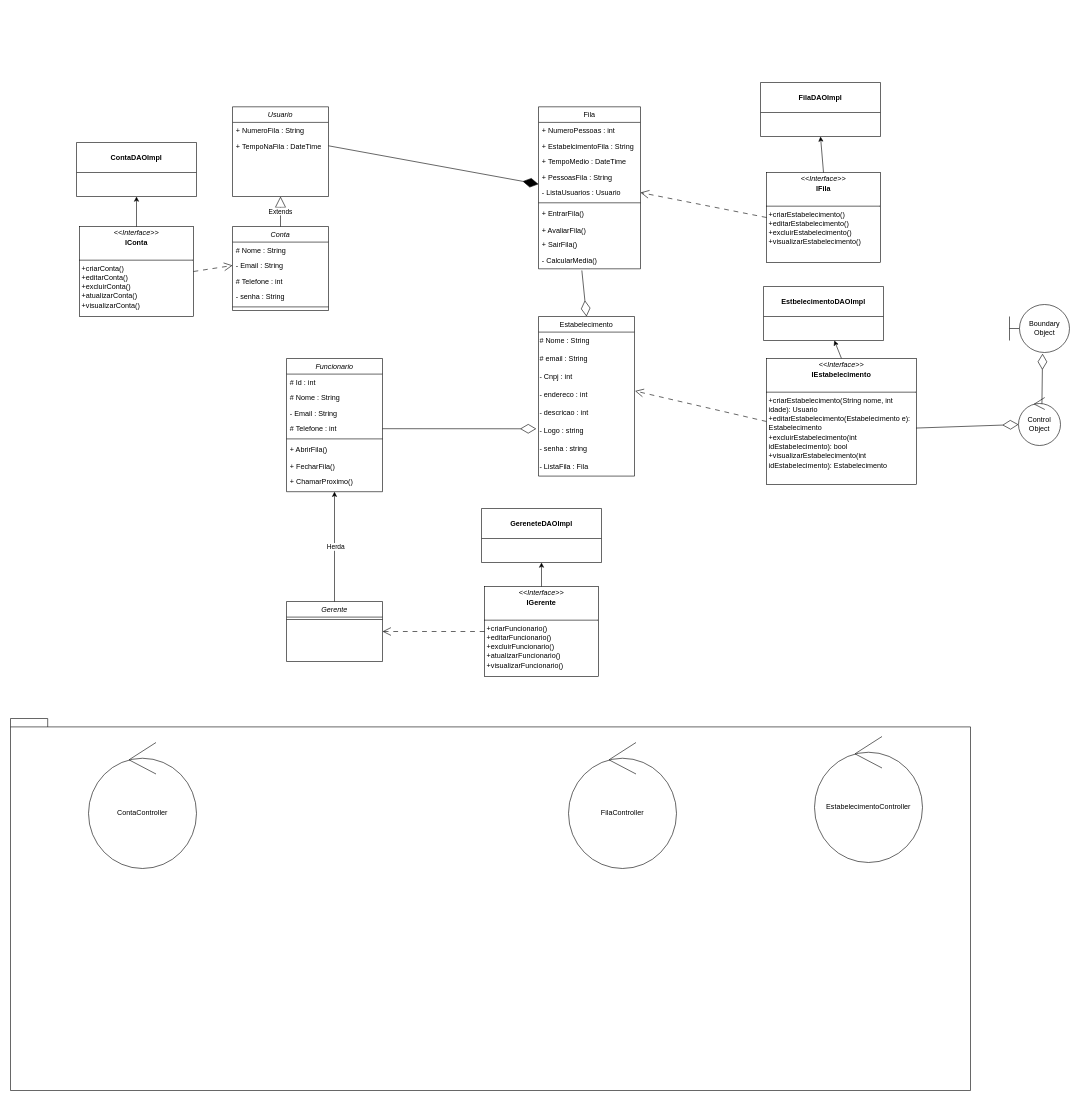
Earlier version of the draw.io diagram DiagramaClassesPit.drawio (LuizFelipeCavalcante/Queue). Source tidied: cells renumbered, new cells numbered last; positions are measured from the earlier drawing's top-left corner, leaving out a move shared by most shapes. Both pictures are drawn from the tidied source at 60%, with x=0, y=0 at pixel (10, 82).
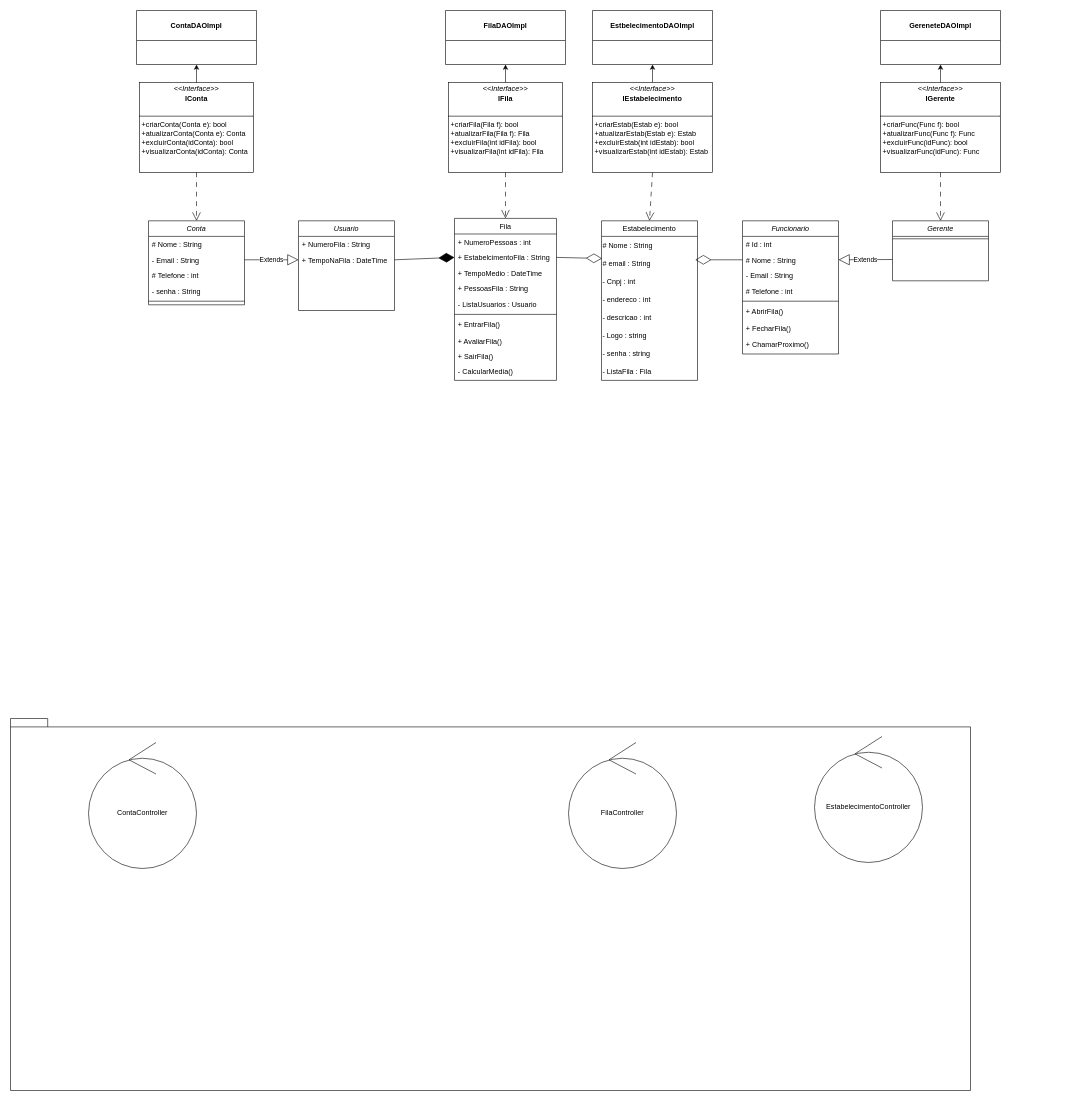
Above is the later version.

The change refers to these unchanged cells:
```xml
<mxCell id="4" value="+ TempoNaFila : DateTime" style="text;align=left;verticalAlign=top;spacingLeft=4;spacingRight=4;overflow=hidden;points=[[0,0.5],[1,0.5]];portConstraint=eastwest;rounded=0;shadow=0;html=0;" parent="2" vertex="1">
  <mxGeometry y="52" width="160" height="26" as="geometry" />
</mxCell>
<mxCell id="7" value="# email : String" style="text;html=1;align=left;verticalAlign=middle;points=[];strokeColor=none;fillColor=none;" parent="5" vertex="1">
  <mxGeometry y="56" width="160" height="30" as="geometry" />
</mxCell>
<mxCell id="9" value="- endereco : int&amp;nbsp;" style="text;html=1;align=left;verticalAlign=middle;points=[];strokeColor=none;fillColor=none;" parent="5" vertex="1">
  <mxGeometry y="116" width="160" height="30" as="geometry" />
</mxCell>
<mxCell id="11" value="- Logo : string&amp;nbsp;" style="text;html=1;align=left;verticalAlign=middle;points=[];strokeColor=none;fillColor=none;" parent="5" vertex="1">
  <mxGeometry y="176" width="160" height="30" as="geometry" />
</mxCell>
<mxCell id="16" value="+ EstabelcimentoFila : String" style="text;align=left;verticalAlign=top;spacingLeft=4;spacingRight=4;overflow=hidden;points=[[0,0.5],[1,0.5]];portConstraint=eastwest;rounded=0;shadow=0;html=0;" parent="14" vertex="1">
  <mxGeometry y="52" width="170" height="26" as="geometry" />
</mxCell>
<mxCell id="18" value="+ PessoasFila : String" style="text;align=left;verticalAlign=top;spacingLeft=4;spacingRight=4;overflow=hidden;points=[[0,0.5],[1,0.5]];portConstraint=eastwest;rounded=0;shadow=0;html=0;" parent="14" vertex="1">
  <mxGeometry y="104" width="170" height="26" as="geometry" />
</mxCell>
<mxCell id="19" value="- ListaUsuarios : Usuario" style="text;align=left;verticalAlign=top;spacingLeft=4;spacingRight=4;overflow=hidden;points=[[0,0.5],[1,0.5]];portConstraint=eastwest;rounded=0;shadow=0;html=0;" parent="14" vertex="1">
  <mxGeometry y="130" width="170" height="26" as="geometry" />
</mxCell>
<mxCell id="24" value="- CalcularMedia()" style="text;align=left;verticalAlign=top;spacingLeft=4;spacingRight=4;overflow=hidden;points=[[0,0.5],[1,0.5]];portConstraint=eastwest;" parent="14" vertex="1">
  <mxGeometry y="242" width="170" height="28" as="geometry" />
</mxCell>
<mxCell id="27" value="# Nome : String" style="text;align=left;verticalAlign=top;spacingLeft=4;spacingRight=4;overflow=hidden;points=[[0,0.5],[1,0.5]];portConstraint=eastwest;" parent="25" vertex="1">
  <mxGeometry y="52" width="160" height="26" as="geometry" />
</mxCell>
<mxCell id="29" value="# Telefone : int" style="text;align=left;verticalAlign=top;spacingLeft=4;spacingRight=4;overflow=hidden;points=[[0,0.5],[1,0.5]];portConstraint=eastwest;rounded=0;shadow=0;html=0;" parent="25" vertex="1">
  <mxGeometry y="104" width="160" height="26" as="geometry" />
</mxCell>
<mxCell id="40" value="- Email : String" style="text;align=left;verticalAlign=top;spacingLeft=4;spacingRight=4;overflow=hidden;points=[[0,0.5],[1,0.5]];portConstraint=eastwest;rounded=0;shadow=0;html=0;" parent="38" vertex="1">
  <mxGeometry y="52" width="160" height="26" as="geometry" />
</mxCell>
```

Change to the diagram source:
```diff
@@
     <mxCell id="2" value="Usuario" style="swimlane;fontStyle=2;align=center;verticalAlign=top;horizontal=1;startSize=26;rounded=0;shadow=0;strokeWidth=1;" parent="1" vertex="1">
-      <mxGeometry x="370" y="40.5" width="160" height="149.5" as="geometry" />
+      <mxGeometry x="480" y="230.5" width="160" height="149.5" as="geometry" />
     </mxCell>
@@
     <mxCell id="5" value="Estabelecimento" style="swimlane;fontStyle=0;align=center;verticalAlign=top;horizontal=1;startSize=26;rounded=0;shadow=0;strokeWidth=1;" parent="1" vertex="1">
-      <mxGeometry x="880" y="390" width="160" height="266" as="geometry" />
+      <mxGeometry x="985" y="230.5" width="160" height="266" as="geometry" />
     </mxCell>
@@
     <mxCell id="14" value="Fila" style="swimlane;fontStyle=0;align=center;verticalAlign=top;horizontal=1;startSize=26;rounded=0;shadow=0;strokeWidth=1;" parent="1" vertex="1">
-      <mxGeometry x="880" y="40.5" width="170" height="270" as="geometry" />
+      <mxGeometry x="740" y="226.5" width="170" height="270" as="geometry" />
     </mxCell>
@@
     <mxCell id="25" value="Funcionario" style="swimlane;fontStyle=2;align=center;verticalAlign=top;horizontal=1;startSize=26;rounded=0;shadow=0;strokeWidth=1;" parent="1" vertex="1">
-      <mxGeometry x="460" y="460" width="160" height="222" as="geometry" />
+      <mxGeometry x="1220" y="230.5" width="160" height="222" as="geometry" />
     </mxCell>
@@
     <mxCell id="34" value="Gerente" style="swimlane;fontStyle=2;align=center;verticalAlign=top;horizontal=1;startSize=26;rounded=0;shadow=0;strokeWidth=1;" parent="1" vertex="1">
-      <mxGeometry x="460" y="865" width="160" height="100" as="geometry" />
+      <mxGeometry x="1470" y="230.5" width="160" height="100" as="geometry" />
     </mxCell>
@@
-    <mxCell id="36" style="endArrow=classic;html=1;rounded=0;entryX=0.5;entryY=1;entryDx=0;entryDy=0;" parent="1" edge="1" source="34" target="25">
-      <mxGeometry relative="1" as="geometry" />
-    </mxCell>
-    <mxCell id="37" value="Herda" style="edgeLabel;html=1;align=center;verticalAlign=middle;" parent="36" vertex="1">
-      <mxGeometry y="-1" relative="1" as="geometry" />
-    </mxCell>
     <mxCell id="38" value="Conta" style="swimlane;fontStyle=2;align=center;verticalAlign=top;horizontal=1;startSize=26;rounded=0;shadow=0;strokeWidth=1;" parent="1" vertex="1">
-      <mxGeometry x="370" y="240" width="160" height="140" as="geometry" />
+      <mxGeometry x="230" y="230.5" width="160" height="140" as="geometry" />
     </mxCell>
@@
-    <mxCell id="44" style="endArrow=diamondThin;endFill=1;endSize=24;html=1;rounded=0;entryX=0;entryY=0.962;entryDx=0;entryDy=0;entryPerimeter=0;exitX=1;exitY=0.5;exitDx=0;exitDy=0;" parent="1" edge="1" source="4" target="18">
+    <mxCell id="44" style="endArrow=diamondThin;endFill=1;endSize=24;html=1;rounded=0;exitX=1;exitY=0.5;exitDx=0;exitDy=0;entryX=0;entryY=0.5;entryDx=0;entryDy=0;" parent="1" edge="1" source="4" target="16">
       <mxGeometry relative="1" as="geometry" />
     </mxCell>
-    <mxCell id="45" style="endArrow=diamondThin;endFill=0;endSize=24;html=1;rounded=0;exitX=0.425;exitY=1.098;exitDx=0;exitDy=0;exitPerimeter=0;entryX=0.5;entryY=0;entryDx=0;entryDy=0;" parent="1" edge="1" source="24" target="5">
+    <mxCell id="45" style="endArrow=diamondThin;endFill=0;endSize=24;html=1;rounded=0;exitX=1;exitY=0.5;exitDx=0;exitDy=0;entryX=0.005;entryY=0.226;entryDx=0;entryDy=0;entryPerimeter=0;" parent="1" edge="1" source="16" target="7">
       <mxGeometry relative="1" as="geometry" />
     </mxCell>
-    <mxCell id="46" style="endArrow=diamondThin;endFill=0;endSize=24;html=1;rounded=0;entryX=-0.023;entryY=0.372;entryDx=0;entryDy=0;entryPerimeter=0;exitX=1;exitY=0.5;exitDx=0;exitDy=0;" parent="1" edge="1" source="29" target="11">
+    <mxCell id="46" style="endArrow=diamondThin;endFill=0;endSize=24;html=1;rounded=0;entryX=0.977;entryY=0.301;entryDx=0;entryDy=0;entryPerimeter=0;exitX=0;exitY=0.5;exitDx=0;exitDy=0;" parent="1" edge="1" source="27" target="7">
       <mxGeometry relative="1" as="geometry" />
     </mxCell>
-    <mxCell id="47" value="Extends" style="endArrow=block;endSize=16;endFill=0;html=1;rounded=0;exitX=0.5;exitY=0;exitDx=0;exitDy=0;entryX=0.5;entryY=1;entryDx=0;entryDy=0;" parent="1" edge="1" source="38" target="2">
+    <mxCell id="47" value="Extends" style="endArrow=block;endSize=16;endFill=0;html=1;rounded=0;exitX=1;exitY=0.5;exitDx=0;exitDy=0;entryX=0;entryY=0.5;entryDx=0;entryDy=0;" parent="1" edge="1" source="40" target="4">
       <mxGeometry relative="1" as="geometry" />
     </mxCell>
-    <mxCell id="48" style="endArrow=open;html=1;rounded=0;dashed=1;dashPattern=8 8;endFill=0;strokeWidth=1;endSize=12;exitX=0;exitY=0.5;exitDx=0;exitDy=0;entryX=1.006;entryY=0.273;entryDx=0;entryDy=0;entryPerimeter=0;" parent="1" edge="1" source="52" target="9">
+    <mxCell id="48" style="endArrow=open;html=1;rounded=0;dashed=1;dashPattern=8 8;endFill=0;strokeWidth=1;endSize=12;exitX=0.5;exitY=1;exitDx=0;exitDy=0;entryX=0.5;entryY=0;entryDx=0;entryDy=0;" parent="1" edge="1" source="52" target="5">
       <mxGeometry relative="1" as="geometry" />
     </mxCell>
     <mxCell id="49" value="EstbelecimentoDAOImpl" style="swimlane;whiteSpace=wrap;html=1;startSize=50;" parent="1" vertex="1">
-      <mxGeometry x="1255" y="340" width="200" height="90" as="geometry" />
+      <mxGeometry x="970" y="-120" width="200" height="90" as="geometry" />
     </mxCell>
@@
-    <mxCell id="51" value="&lt;p style=&quot;margin: 4px 0px 0px; text-align: center; line-height: 130%;&quot;&gt;&lt;i&gt;&amp;lt;&amp;lt;Interface&amp;gt;&amp;gt;&lt;/i&gt;&lt;br&gt;&lt;b&gt;IGerente&lt;/b&gt;&lt;/p&gt;&lt;br&gt;&lt;hr size=&quot;1&quot; style=&quot;border-style: solid; line-height: 130%;&quot;&gt;&lt;p style=&quot;margin: 0px 0px 0px 4px; line-height: 130%;&quot;&gt;&lt;span style=&quot;background-color: initial;&quot;&gt;+criarFuncionario()&lt;/span&gt;&lt;/p&gt;&lt;p style=&quot;margin: 0px 0px 0px 4px; line-height: 130%;&quot;&gt;+editarFuncionario()&lt;br&gt;+excluirFuncionario()&lt;br&gt;+atualizarFuncionario()&lt;/p&gt;&lt;p style=&quot;margin: 0px 0px 0px 4px; line-height: 130%;&quot;&gt;+visualizarFuncionario()&lt;br&gt;&lt;br&gt;&lt;br&gt;&lt;/p&gt;" style="verticalAlign=top;align=left;overflow=fill;html=1;whiteSpace=wrap;" parent="1" vertex="1">
-      <mxGeometry x="790" y="840" width="190" height="150" as="geometry" />
+    <mxCell id="51" value="&lt;p style=&quot;margin: 4px 0px 0px; text-align: center; line-height: 130%;&quot;&gt;&lt;i&gt;&amp;lt;&amp;lt;Interface&amp;gt;&amp;gt;&lt;/i&gt;&lt;br&gt;&lt;b&gt;IGerente&lt;/b&gt;&lt;/p&gt;&lt;br&gt;&lt;hr size=&quot;1&quot; style=&quot;border-style: solid; line-height: 130%;&quot;&gt;&lt;p style=&quot;margin: 0px 0px 0px 4px; line-height: 130%;&quot;&gt;&lt;span style=&quot;background-color: initial;&quot;&gt;+criarFunc(Func f): bool&lt;/span&gt;&lt;/p&gt;&lt;p style=&quot;margin: 0px 0px 0px 4px; line-height: 130%;&quot;&gt;+atualizarFunc(Func f): Func&lt;br&gt;+excluirFunc(idFunc): bool&lt;br&gt;&lt;/p&gt;&lt;p style=&quot;margin: 0px 0px 0px 4px; line-height: 130%;&quot;&gt;+visualizarFunc(idFunc): Func&lt;br&gt;&lt;br&gt;&lt;br&gt;&lt;/p&gt;" style="verticalAlign=top;align=left;overflow=fill;html=1;whiteSpace=wrap;" parent="1" vertex="1">
+      <mxGeometry x="1450" width="200" height="150" as="geometry" />
     </mxCell>
-    <mxCell id="52" value="&lt;p style=&quot;margin: 4px 0px 0px; text-align: center; line-height: 130%;&quot;&gt;&lt;i&gt;&amp;lt;&amp;lt;Interface&amp;gt;&amp;gt;&lt;/i&gt;&lt;br&gt;&lt;b&gt;IEstabelecimento&lt;/b&gt;&lt;/p&gt;&lt;br&gt;&lt;hr size=&quot;1&quot; style=&quot;border-style: solid; line-height: 130%;&quot;&gt;&lt;p style=&quot;margin: 0px 0px 0px 4px; line-height: 130%;&quot;&gt;&lt;span style=&quot;background-color: initial;&quot;&gt;+criarEstabelecimento(String nome, int idade): Usuario&lt;/span&gt;&lt;/p&gt;&lt;p style=&quot;margin: 0px 0px 0px 4px; line-height: 130%;&quot;&gt;+editarEstabelecimento(Estabelecimento e): Estabelecimento&lt;br&gt;+excluirEstabelecimento(&lt;span style=&quot;background-color: initial;&quot;&gt;int idEstabelecimento&lt;/span&gt;&lt;span style=&quot;background-color: initial;&quot;&gt;): bool&lt;/span&gt;&lt;/p&gt;&lt;p style=&quot;margin: 0px 0px 0px 4px; line-height: 130%;&quot;&gt;+visualizarEstabelecimento(int idEstabelecimento): Estabelecimento&lt;br&gt;&lt;br&gt;&lt;br&gt;&lt;/p&gt;" style="verticalAlign=top;align=left;overflow=fill;html=1;whiteSpace=wrap;" parent="1" vertex="1">
-      <mxGeometry x="1260" y="460" width="250" height="210" as="geometry" />
+    <mxCell id="52" value="&lt;p style=&quot;margin: 4px 0px 0px; text-align: center; line-height: 130%;&quot;&gt;&lt;i&gt;&amp;lt;&amp;lt;Interface&amp;gt;&amp;gt;&lt;/i&gt;&lt;br&gt;&lt;b&gt;IEstabelecimento&lt;/b&gt;&lt;/p&gt;&lt;br&gt;&lt;hr size=&quot;1&quot; style=&quot;border-style: solid; line-height: 130%;&quot;&gt;&lt;p style=&quot;margin: 0px 0px 0px 4px; line-height: 130%;&quot;&gt;&lt;span style=&quot;background-color: initial;&quot;&gt;+criarEstab(Estab e): bool&lt;/span&gt;&lt;/p&gt;&lt;p style=&quot;margin: 0px 0px 0px 4px; line-height: 130%;&quot;&gt;+atualizarEstab(Estab e): Estab&lt;br&gt;+excluirEstab(&lt;span style=&quot;background-color: initial;&quot;&gt;int idEstab&lt;/span&gt;&lt;span style=&quot;background-color: initial;&quot;&gt;): bool&lt;/span&gt;&lt;/p&gt;&lt;p style=&quot;margin: 0px 0px 0px 4px; line-height: 130%;&quot;&gt;+visualizarEstab(int idEstab): Estab&lt;br&gt;&lt;br&gt;&lt;br&gt;&lt;/p&gt;" style="verticalAlign=top;align=left;overflow=fill;html=1;whiteSpace=wrap;" parent="1" vertex="1">
+      <mxGeometry x="970" width="200" height="150" as="geometry" />
     </mxCell>
     <mxCell id="53" value="GereneteDAOImpl" style="swimlane;whiteSpace=wrap;html=1;startSize=50;" parent="1" vertex="1">
-      <mxGeometry x="785" y="710" width="200" height="90" as="geometry" />
+      <mxGeometry x="1450" y="-120" width="200" height="90" as="geometry" />
     </mxCell>
@@
-    <mxCell id="55" value="&lt;p style=&quot;margin: 4px 0px 0px; text-align: center; line-height: 130%;&quot;&gt;&lt;i&gt;&amp;lt;&amp;lt;Interface&amp;gt;&amp;gt;&lt;/i&gt;&lt;br&gt;&lt;b&gt;IConta&lt;/b&gt;&lt;/p&gt;&lt;br&gt;&lt;hr size=&quot;1&quot; style=&quot;border-style: solid; line-height: 130%;&quot;&gt;&lt;p style=&quot;margin: 0px 0px 0px 4px; line-height: 130%;&quot;&gt;&lt;span style=&quot;background-color: initial;&quot;&gt;+criarConta()&lt;/span&gt;&lt;/p&gt;&lt;p style=&quot;margin: 0px 0px 0px 4px; line-height: 130%;&quot;&gt;+editarConta()&lt;br&gt;+excluirConta()&lt;br&gt;+atualizarConta()&lt;/p&gt;&lt;p style=&quot;margin: 0px 0px 0px 4px; line-height: 130%;&quot;&gt;+visualizarConta()&lt;br&gt;&lt;br&gt;&lt;br&gt;&lt;/p&gt;" style="verticalAlign=top;align=left;overflow=fill;html=1;whiteSpace=wrap;" parent="1" vertex="1">
-      <mxGeometry x="115" y="240" width="190" height="150" as="geometry" />
+    <mxCell id="55" value="&lt;p style=&quot;margin: 4px 0px 0px; text-align: center; line-height: 130%;&quot;&gt;&lt;i&gt;&amp;lt;&amp;lt;Interface&amp;gt;&amp;gt;&lt;/i&gt;&lt;br&gt;&lt;b&gt;IConta&lt;/b&gt;&lt;/p&gt;&lt;br&gt;&lt;hr size=&quot;1&quot; style=&quot;border-style: solid; line-height: 130%;&quot;&gt;&lt;p style=&quot;margin: 0px 0px 0px 4px; line-height: 130%;&quot;&gt;&lt;span style=&quot;background-color: initial;&quot;&gt;+criarConta(Conta e): bool&lt;/span&gt;&lt;/p&gt;&lt;p style=&quot;margin: 0px 0px 0px 4px; line-height: 130%;&quot;&gt;+atualizarConta(Conta e): Conta&lt;br&gt;+excluirConta(idConta): bool&lt;br&gt;&lt;/p&gt;&lt;p style=&quot;margin: 0px 0px 0px 4px; line-height: 130%;&quot;&gt;+visualizarConta(idConta): Conta&lt;br&gt;&lt;br&gt;&lt;br&gt;&lt;/p&gt;" style="verticalAlign=top;align=left;overflow=fill;html=1;whiteSpace=wrap;" parent="1" vertex="1">
+      <mxGeometry x="215" width="190" height="150" as="geometry" />
     </mxCell>
-    <mxCell id="56" style="endArrow=open;html=1;rounded=0;dashed=1;dashPattern=8 8;endFill=0;strokeWidth=1;endSize=12;exitX=1;exitY=0.5;exitDx=0;exitDy=0;entryX=0;entryY=0.5;entryDx=0;entryDy=0;" parent="1" edge="1" source="55" target="40">
+    <mxCell id="56" style="endArrow=open;html=1;rounded=0;dashed=1;dashPattern=8 8;endFill=0;strokeWidth=1;endSize=12;exitX=0.5;exitY=1;exitDx=0;exitDy=0;entryX=0.5;entryY=0;entryDx=0;entryDy=0;" parent="1" edge="1" source="55" target="38">
       <mxGeometry relative="1" as="geometry" />
     </mxCell>
     <mxCell id="57" value="ContaDAOImpl" style="swimlane;whiteSpace=wrap;html=1;startSize=50;" parent="1" vertex="1">
-      <mxGeometry x="110" y="100" width="200" height="90" as="geometry" />
+      <mxGeometry x="210" y="-120" width="200" height="90" as="geometry" />
     </mxCell>
@@
-    <mxCell id="59" value="&lt;p style=&quot;margin: 4px 0px 0px; text-align: center; line-height: 130%;&quot;&gt;&lt;i&gt;&amp;lt;&amp;lt;Interface&amp;gt;&amp;gt;&lt;/i&gt;&lt;br&gt;&lt;b&gt;IFila&lt;/b&gt;&lt;/p&gt;&lt;br&gt;&lt;hr size=&quot;1&quot; style=&quot;border-style: solid; line-height: 130%;&quot;&gt;&lt;p style=&quot;margin: 0px 0px 0px 4px; line-height: 130%;&quot;&gt;&lt;span style=&quot;background-color: initial;&quot;&gt;+criarEstabelecimento()&lt;/span&gt;&lt;/p&gt;&lt;p style=&quot;margin: 0px 0px 0px 4px; line-height: 130%;&quot;&gt;+editarEstabelecimento()&lt;br&gt;+excluirEstabelecimento()&lt;br&gt;&lt;/p&gt;&lt;p style=&quot;margin: 0px 0px 0px 4px; line-height: 130%;&quot;&gt;+visualizarEstabelecimento()&lt;br&gt;&lt;br&gt;&lt;br&gt;&lt;/p&gt;" style="verticalAlign=top;align=left;overflow=fill;html=1;whiteSpace=wrap;" parent="1" vertex="1">
-      <mxGeometry x="1260" y="150" width="190" height="150" as="geometry" />
+    <mxCell id="59" value="&lt;p style=&quot;margin: 4px 0px 0px; text-align: center; line-height: 130%;&quot;&gt;&lt;i&gt;&amp;lt;&amp;lt;Interface&amp;gt;&amp;gt;&lt;/i&gt;&lt;br&gt;&lt;b&gt;IFila&lt;/b&gt;&lt;/p&gt;&lt;br&gt;&lt;hr size=&quot;1&quot; style=&quot;border-style: solid; line-height: 130%;&quot;&gt;&lt;p style=&quot;margin: 0px 0px 0px 4px; line-height: 130%;&quot;&gt;&lt;span style=&quot;background-color: initial;&quot;&gt;+criarFila(Fila f): bool&lt;/span&gt;&lt;/p&gt;&lt;p style=&quot;margin: 0px 0px 0px 4px; line-height: 130%;&quot;&gt;+atualizarFila(Fila f): Fila&lt;br&gt;+excluirFila(int idFila): bool&lt;br&gt;&lt;/p&gt;&lt;p style=&quot;margin: 0px 0px 0px 4px; line-height: 130%;&quot;&gt;+visualizarFila(int idFila): Fila&lt;br&gt;&lt;br&gt;&lt;br&gt;&lt;/p&gt;" style="verticalAlign=top;align=left;overflow=fill;html=1;whiteSpace=wrap;" parent="1" vertex="1">
+      <mxGeometry x="730" width="190" height="150" as="geometry" />
     </mxCell>
     <mxCell id="60" value="FilaDAOImpl" style="swimlane;whiteSpace=wrap;html=1;startSize=50;" parent="1" vertex="1">
-      <mxGeometry x="1250" width="200" height="90" as="geometry" />
+      <mxGeometry x="725" y="-120" width="200" height="90" as="geometry" />
     </mxCell>
@@
-    <mxCell id="62" style="endArrow=open;html=1;rounded=0;dashed=1;dashPattern=8 8;endFill=0;strokeWidth=1;endSize=12;exitX=0;exitY=0.5;exitDx=0;exitDy=0;entryX=1;entryY=0.5;entryDx=0;entryDy=0;" parent="1" edge="1" source="59" target="19">
+    <mxCell id="62" style="endArrow=open;html=1;rounded=0;dashed=1;dashPattern=8 8;endFill=0;strokeWidth=1;endSize=12;exitX=0.5;exitY=1;exitDx=0;exitDy=0;entryX=0.5;entryY=0;entryDx=0;entryDy=0;" parent="1" edge="1" source="59" target="14">
       <mxGeometry relative="1" as="geometry" />
     </mxCell>
@@
-    <mxCell id="67" style="endArrow=open;html=1;rounded=0;dashed=1;dashPattern=8 8;endFill=0;strokeWidth=1;endSize=12;exitX=0;exitY=0.5;exitDx=0;exitDy=0;entryX=1;entryY=0.5;entryDx=0;entryDy=0;" parent="1" edge="1" source="51" target="34">
+    <mxCell id="67" style="endArrow=open;html=1;rounded=0;dashed=1;dashPattern=8 8;endFill=0;strokeWidth=1;endSize=12;exitX=0.5;exitY=1;exitDx=0;exitDy=0;entryX=0.5;entryY=0;entryDx=0;entryDy=0;" parent="1" edge="1" source="51" target="34">
       <mxGeometry relative="1" as="geometry" />
     </mxCell>
-    <mxCell id="68" value="Control Object" style="ellipse;shape=umlControl;whiteSpace=wrap;html=1;" parent="1" vertex="1">
-      <mxGeometry x="1680" y="525" width="70" height="80" as="geometry" />
-    </mxCell>
-    <mxCell id="69" value="Boundary Object" style="shape=umlBoundary;whiteSpace=wrap;html=1;" parent="1" vertex="1">
-      <mxGeometry x="1665" y="370" width="100" height="80" as="geometry" />
-    </mxCell>
-    <mxCell id="70" style="endArrow=diamondThin;endFill=0;endSize=24;html=1;rounded=0;entryX=0;entryY=0.563;entryDx=0;entryDy=0;entryPerimeter=0;exitX=0.998;exitY=0.552;exitDx=0;exitDy=0;exitPerimeter=0;" parent="1" edge="1" source="52" target="68">
-      <mxGeometry relative="1" as="geometry" />
-    </mxCell>
-    <mxCell id="71" style="endArrow=diamondThin;endFill=0;endSize=24;html=1;rounded=0;entryX=0.551;entryY=1.025;entryDx=0;entryDy=0;entryPerimeter=0;exitX=0.558;exitY=0.131;exitDx=0;exitDy=0;exitPerimeter=0;" parent="1" edge="1" source="68" target="69">
-      <mxGeometry relative="1" as="geometry" />
-    </mxCell>
+    <mxCell id="72" value="Extends" style="endArrow=block;endSize=16;endFill=0;html=1;rounded=0;entryX=1;entryY=0.5;entryDx=0;entryDy=0;" parent="1" edge="1" target="27">
+      <mxGeometry relative="1" as="geometry">
+        <mxPoint x="1470" y="295" as="sourcePoint" />
+      </mxGeometry>
+    </mxCell>
```
